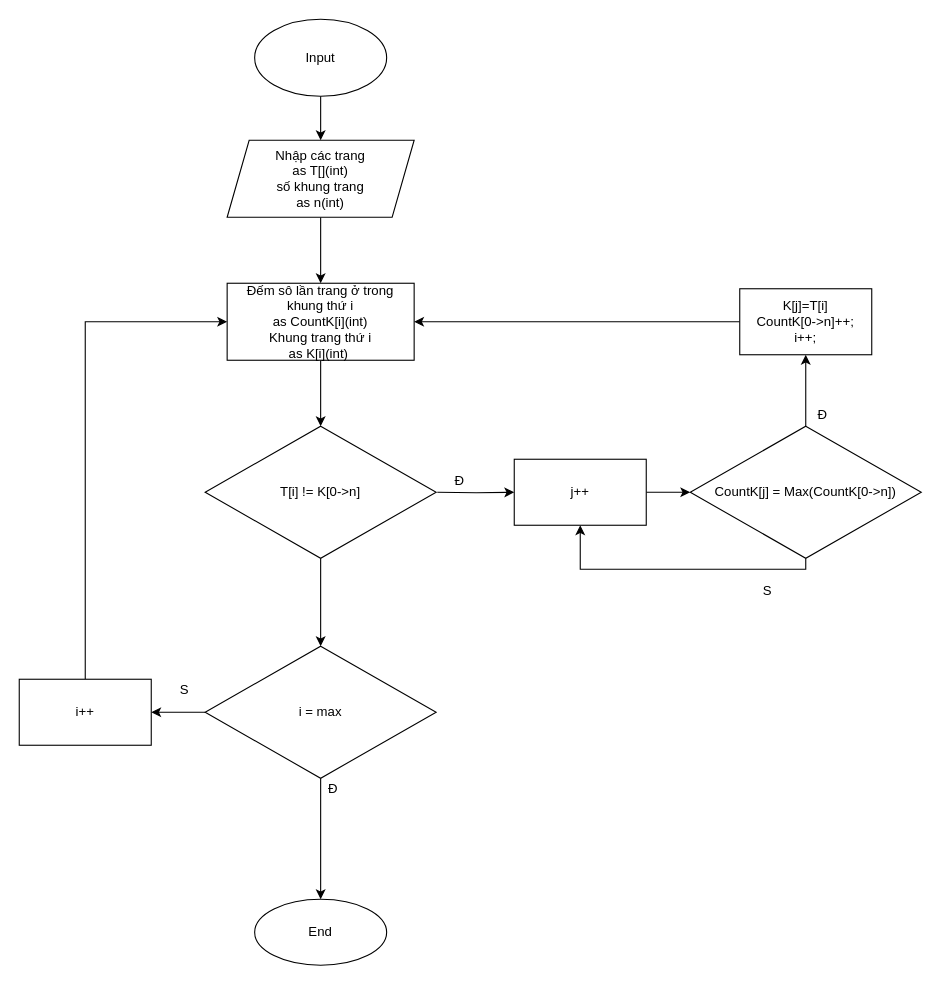
UIT20522097/UIT20522097.github.io keeps this draw.io diagram as FIFO.drawio. Above is the earlier version. Source tidied: cells renumbered, new cells numbered last; positions are measured from the earlier drawing's top-left corner, leaving out a move shared by most shapes. Both pictures are drawn from the tidied source at 110%, with x=0, y=0 at pixel (19, 19).
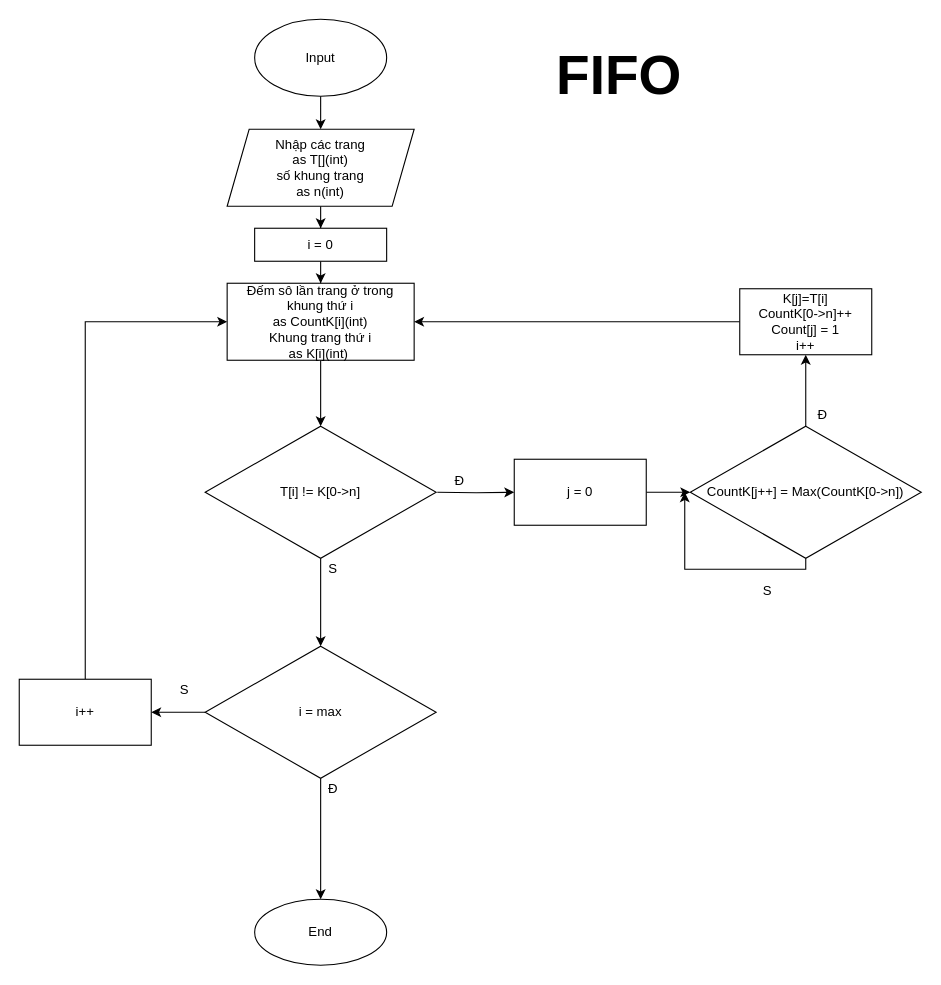
The same page after the edit.

The change refers to these unchanged cells:
```xml
<mxCell id="7" value="Đếm sô lần trang ở trong khung thứ i &lt;br&gt;as CountK[i](int)&lt;br&gt;Khung trang thứ i &lt;br&gt;as K[i](int)&amp;nbsp;" style="whiteSpace=wrap;html=1;" parent="1" vertex="1">
  <mxGeometry x="189" y="240" width="170" height="70" as="geometry" />
</mxCell>
```

Change to the diagram source:
```diff
@@
-    <mxCell id="4" style="edgeStyle=orthogonalEdgeStyle;rounded=0;jettySize=auto;html=1;" parent="1" edge="1" source="5" target="7">
-      <mxGeometry relative="1" as="geometry" />
-    </mxCell>
+    <mxCell id="29" style="edgeStyle=orthogonalEdgeStyle;rounded=0;jettySize=auto;html=1;" parent="1" edge="1" source="5" target="32">
+      <mxGeometry relative="1" as="geometry" />
+    </mxCell>
     <mxCell id="5" value="Nhập các trang &lt;br&gt;as T[](int)&lt;br&gt;số khung trang &lt;br&gt;as n(int)" style="shape=parallelogram;perimeter=parallelogramPerimeter;whiteSpace=wrap;html=1;fixedSize=1;" parent="1" vertex="1">
-      <mxGeometry x="189" y="110" width="170" height="70" as="geometry" />
+      <mxGeometry x="189" y="100" width="170" height="70" as="geometry" />
     </mxCell>
@@
-    <mxCell id="10" style="edgeStyle=orthogonalEdgeStyle;rounded=0;jettySize=auto;html=1;entryX=0.5;entryY=1;entryDx=0;entryDy=0;" parent="1" edge="1" source="12" target="16">
+    <mxCell id="10" style="edgeStyle=orthogonalEdgeStyle;rounded=0;jettySize=auto;html=1;" parent="1" edge="1" source="12">
       <mxGeometry relative="1" as="geometry">
+        <mxPoint x="605" y="430" as="targetPoint" />
         <Array as="points">
           <mxPoint x="715" y="500" />
-          <mxPoint x="510" y="500" />
+          <mxPoint x="605" y="500" />
         </Array>
       </mxGeometry>
     </mxCell>
@@
-    <mxCell id="12" value="CountK[j] = Max(CountK[0-&amp;gt;n])" style="rhombus;whiteSpace=wrap;html=1;" parent="1" vertex="1">
+    <mxCell id="12" value="CountK[j++] = Max(CountK[0-&amp;gt;n])" style="rhombus;whiteSpace=wrap;html=1;" parent="1" vertex="1">
       <mxGeometry x="610" y="370" width="210" height="120" as="geometry" />
     </mxCell>
@@
-    <mxCell id="16" value="j++" style="whiteSpace=wrap;html=1;" parent="1" vertex="1">
+    <mxCell id="16" value="j = 0" style="whiteSpace=wrap;html=1;" parent="1" vertex="1">
       <mxGeometry x="450" y="400" width="120" height="60" as="geometry" />
     </mxCell>
@@
-    <mxCell id="19" value="K[j]=T[i]&lt;br&gt;CountK[0-&amp;gt;n]++;&lt;br&gt;i++;" style="whiteSpace=wrap;html=1;" parent="1" vertex="1">
+    <mxCell id="19" value="K[j]=T[i]&lt;br&gt;CountK[0-&amp;gt;n]++&lt;br&gt;Count[j] = 1&lt;br&gt;i++" style="whiteSpace=wrap;html=1;" parent="1" vertex="1">
       <mxGeometry x="655" y="245" width="120" height="60" as="geometry" />
     </mxCell>
@@
+    <mxCell id="30" value="S" style="text;html=1;align=center;verticalAlign=middle;strokeColor=none;fillColor=none;" parent="1" vertex="1">
+      <mxGeometry x="275" y="490" width="20" height="20" as="geometry" />
+    </mxCell>
+    <mxCell id="31" style="edgeStyle=orthogonalEdgeStyle;rounded=0;jettySize=auto;html=1;" parent="1" edge="1" source="32" target="7">
+      <mxGeometry relative="1" as="geometry" />
+    </mxCell>
+    <mxCell id="32" value="i = 0" style="rounded=0;whiteSpace=wrap;html=1;" parent="1" vertex="1">
+      <mxGeometry x="214" y="190" width="120" height="30" as="geometry" />
+    </mxCell>
+    <mxCell id="33" value="&lt;b&gt;&lt;font style=&quot;font-size: 50px&quot;&gt;FIFO&lt;/font&gt;&lt;/b&gt;" style="text;html=1;align=center;verticalAlign=middle;strokeColor=none;fillColor=none;" parent="1" vertex="1">
+      <mxGeometry x="480" y="35" width="130" height="30" as="geometry" />
+    </mxCell>
```
